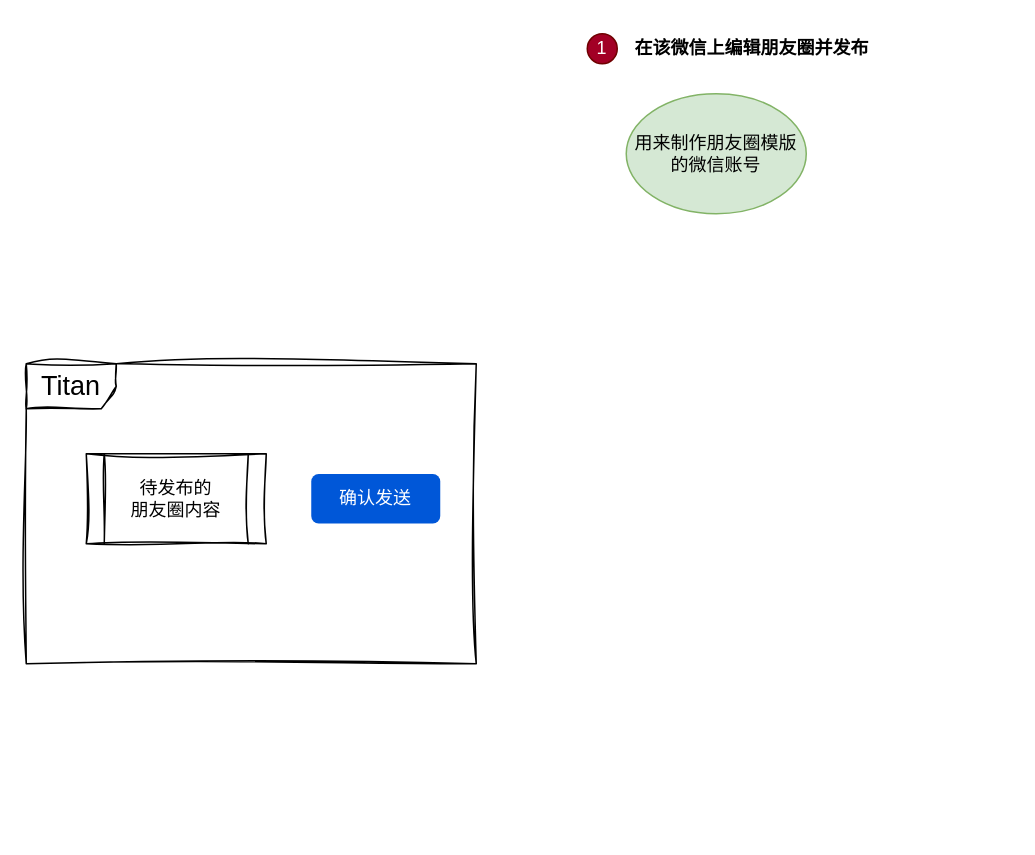
skindhu/9GAG keeps this draw.io diagram as post_snstimeline.drawio. Above is the earlier version. Source tidied: cells renumbered, new cells numbered last; positions are measured from the earlier drawing's top-left corner, leaving out a move shared by most shapes. Both pictures are drawn from the tidied source at 150%, with x=0, y=0 at pixel (26, 26).
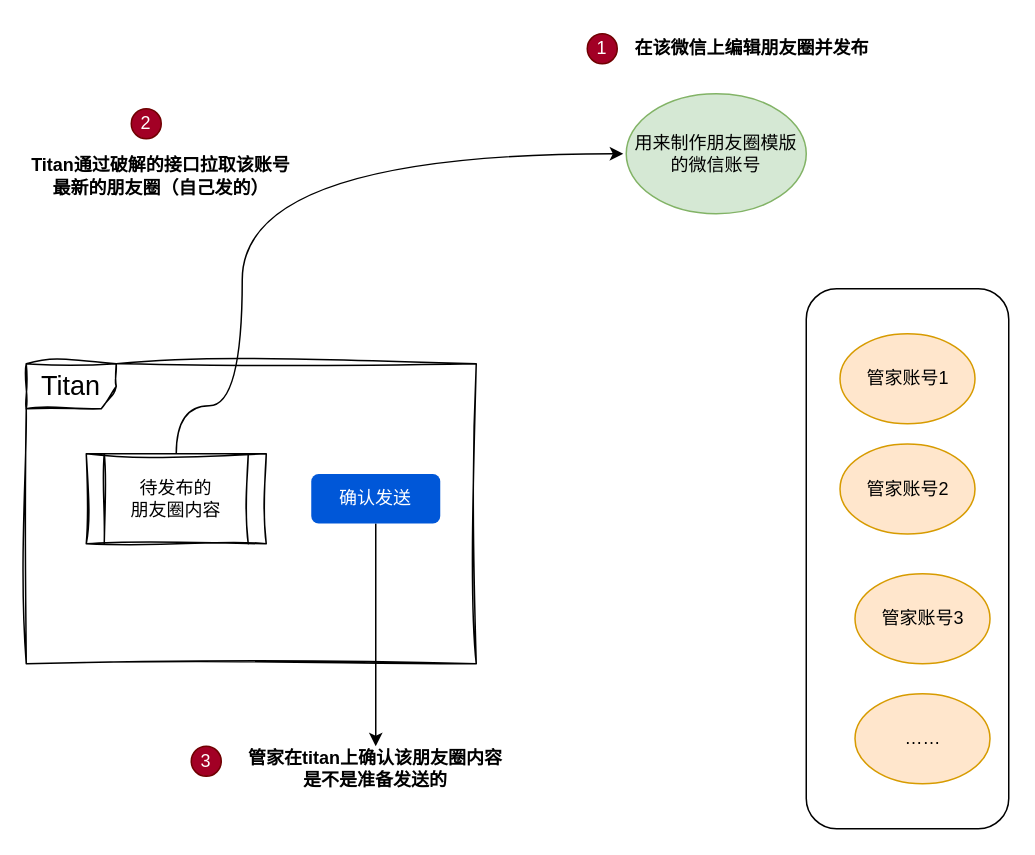
The same page after the edit.

The change refers to these unchanged cells:
```xml
<mxCell id="4" value="确认发送" style="rounded=1;fillColor=#0057D8;strokeColor=none;html=1;whiteSpace=wrap;fontColor=#ffffff;align=center;verticalAlign=middle;fontStyle=0;fontSize=12;sketch=0;" parent="1" vertex="1">
  <mxGeometry x="190" y="298.5" width="86" height="33" as="geometry" />
</mxCell>
```

Change to the diagram source:
```diff
@@
+    <mxCell id="8" style="rounded=1;whiteSpace=wrap;html=1;" parent="1" vertex="1">
+      <mxGeometry x="520" y="175" width="135" height="360" as="geometry" />
+    </mxCell>
@@
+    <mxCell id="9" style="edgeStyle=orthogonalEdgeStyle;rounded=0;jettySize=auto;html=1;entryX=0.5;entryY=0;entryDx=0;entryDy=0;" parent="1" edge="1" source="4" target="13">
+      <mxGeometry relative="1" as="geometry" />
+    </mxCell>
@@
+    <mxCell id="10" style="endArrow=classic;html=1;rounded=0;edgeStyle=orthogonalEdgeStyle;curved=1;" parent="1" edge="1">
+      <mxGeometry relative="1" as="geometry">
+        <mxPoint x="100" y="285" as="sourcePoint" />
+        <mxPoint x="398" y="85" as="targetPoint" />
+        <Array as="points">
+          <mxPoint x="100" y="253" />
+          <mxPoint x="144" y="253" />
+          <mxPoint x="144" y="85" />
+          <mxPoint x="398" y="85" />
+        </Array>
+      </mxGeometry>
+    </mxCell>
+    <mxCell id="11" value="2" style="ellipse;whiteSpace=wrap;html=1;fillColor=#a20025;fontColor=#ffffff;strokeColor=#6F0000;" parent="1" vertex="1">
+      <mxGeometry x="70" y="55" width="20" height="20" as="geometry" />
+    </mxCell>
+    <mxCell id="12" value="Titan通过破解的接口拉取该账号最新的朋友圈（自己发的）" style="text;html=1;align=center;verticalAlign=middle;whiteSpace=wrap;rounded=0;fontStyle=1;" parent="1" vertex="1">
+      <mxGeometry y="85" width="180" height="30" as="geometry" />
+    </mxCell>
+    <mxCell id="13" value="管家在titan上确认该朋友圈内容是不是准备发送的" style="text;html=1;align=center;verticalAlign=middle;whiteSpace=wrap;rounded=0;fontStyle=1;" parent="1" vertex="1">
+      <mxGeometry x="143" y="480" width="180" height="30" as="geometry" />
+    </mxCell>
+    <mxCell id="14" value="3" style="ellipse;whiteSpace=wrap;html=1;fillColor=#a20025;fontColor=#ffffff;strokeColor=#6F0000;" parent="1" vertex="1">
+      <mxGeometry x="110" y="480" width="20" height="20" as="geometry" />
+    </mxCell>
+    <mxCell id="15" value="管家账号1" style="ellipse;whiteSpace=wrap;html=1;fillColor=#ffe6cc;strokeColor=#d79b00;" parent="1" vertex="1">
+      <mxGeometry x="542.5" y="205" width="90" height="60" as="geometry" />
+    </mxCell>
+    <mxCell id="16" value="管家账号2" style="ellipse;whiteSpace=wrap;html=1;fillColor=#ffe6cc;strokeColor=#d79b00;" parent="1" vertex="1">
+      <mxGeometry x="542.5" y="278.5" width="90" height="60" as="geometry" />
+    </mxCell>
+    <mxCell id="17" value="管家账号3" style="ellipse;whiteSpace=wrap;html=1;fillColor=#ffe6cc;strokeColor=#d79b00;" parent="1" vertex="1">
+      <mxGeometry x="552.5" y="365" width="90" height="60" as="geometry" />
+    </mxCell>
+    <mxCell id="18" value="……" style="ellipse;whiteSpace=wrap;html=1;fillColor=#ffe6cc;strokeColor=#d79b00;" parent="1" vertex="1">
+      <mxGeometry x="552.5" y="445" width="90" height="60" as="geometry" />
+    </mxCell>
```
